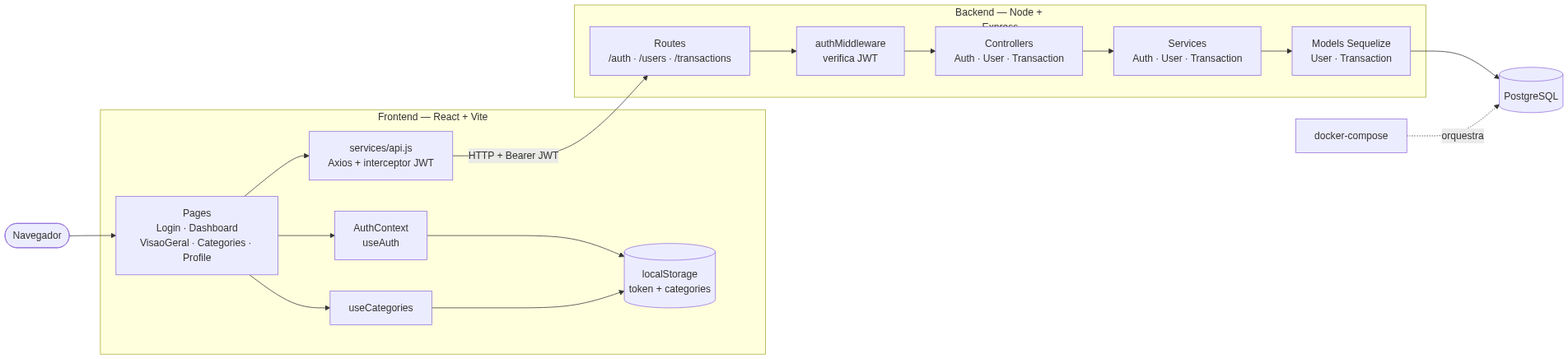
Before: docs/uml/3-componentes.png, a diagram exported from Mermaid (Beloeser/EngSoftware01_FinancasPessoais). Its source is kept beside it as docs/uml/3-componentes.mmd. Source of this version:
```mermaid
graph LR
    Browser([Navegador])

    subgraph FE["Frontend — React + Vite"]
        Pages["Pages<br/>Login · Dashboard<br/>VisaoGeral · Categories · Profile"]
        AuthCtx["AuthContext<br/>useAuth"]
        UseCat["useCategories"]
        LS[("localStorage<br/>token + categories")]
        ApiClient["services/api.js<br/>Axios + interceptor JWT"]

        Pages --> AuthCtx
        Pages --> UseCat
        Pages --> ApiClient
        AuthCtx --> LS
        UseCat --> LS
    end

    subgraph BE["Backend — Node + Express"]
        Routes["Routes<br/>/auth · /users · /transactions"]
        MW["authMiddleware<br/>verifica JWT"]
        Ctrls["Controllers<br/>Auth · User · Transaction"]
        Svcs["Services<br/>Auth · User · Transaction"]
        Models["Models Sequelize<br/>User · Transaction"]

        Routes --> MW
        MW --> Ctrls
        Ctrls --> Svcs
        Svcs --> Models
    end

    DB[("PostgreSQL")]
    Docker["docker-compose"]

    Browser --> Pages
    ApiClient -->|HTTP + Bearer JWT| Routes
    Models --> DB
    Docker -.->|orquestra| DB
```
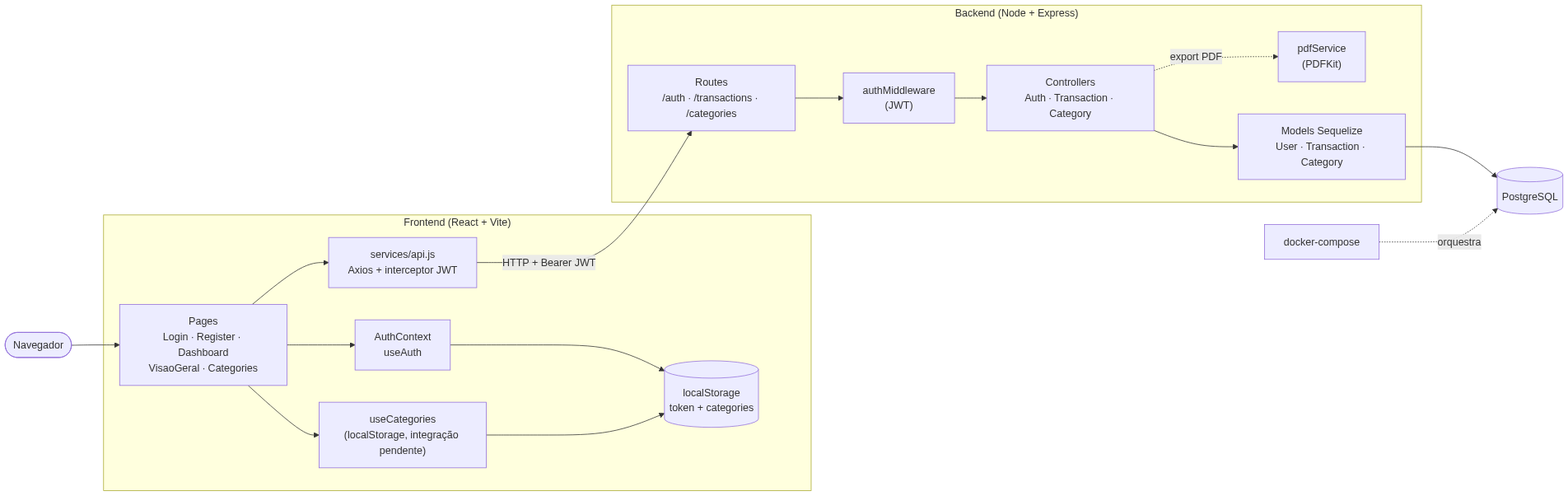
After the change.

Commit message:
docs: alinha diagramas UML ao estado atual do backend

Diff of the diagram source:
```diff
@@ -1,10 +1,10 @@
 graph LR
     Browser([Navegador])
 
-    subgraph FE["Frontend — React + Vite"]
-        Pages["Pages<br/>Login · Dashboard<br/>VisaoGeral · Categories · Profile"]
+    subgraph FE["Frontend (React + Vite)"]
+        Pages["Pages<br/>Login · Register · Dashboard<br/>VisaoGeral · Categories"]
         AuthCtx["AuthContext<br/>useAuth"]
-        UseCat["useCategories"]
+        UseCat["useCategories<br/>(localStorage, integração pendente)"]
         LS[("localStorage<br/>token + categories")]
         ApiClient["services/api.js<br/>Axios + interceptor JWT"]
 
@@ -15,17 +15,17 @@
         UseCat --> LS
     end
 
-    subgraph BE["Backend — Node + Express"]
-        Routes["Routes<br/>/auth · /users · /transactions"]
-        MW["authMiddleware<br/>verifica JWT"]
-        Ctrls["Controllers<br/>Auth · User · Transaction"]
-        Svcs["Services<br/>Auth · User · Transaction"]
-        Models["Models Sequelize<br/>User · Transaction"]
+    subgraph BE["Backend (Node + Express)"]
+        Routes["Routes<br/>/auth · /transactions · /categories"]
+        MW["authMiddleware<br/>(JWT)"]
+        Ctrls["Controllers<br/>Auth · Transaction · Category"]
+        PdfSvc["pdfService<br/>(PDFKit)"]
+        Models["Models Sequelize<br/>User · Transaction · Category"]
 
         Routes --> MW
         MW --> Ctrls
-        Ctrls --> Svcs
-        Svcs --> Models
+        Ctrls --> Models
+        Ctrls -.->|export PDF| PdfSvc
     end
 
     DB[("PostgreSQL")]
```
